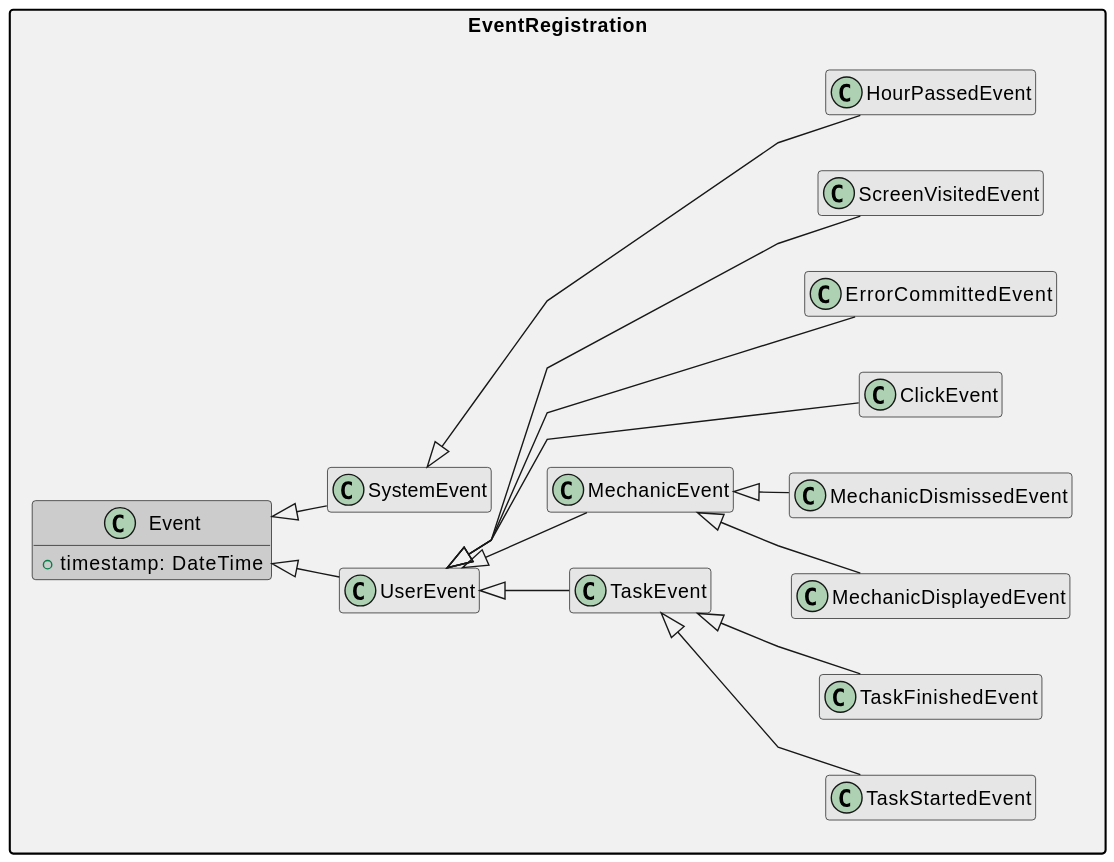
Above: out/UML/event_registration/event_registration.svg in Maks-stack/ontology (PlantUML), before the change.
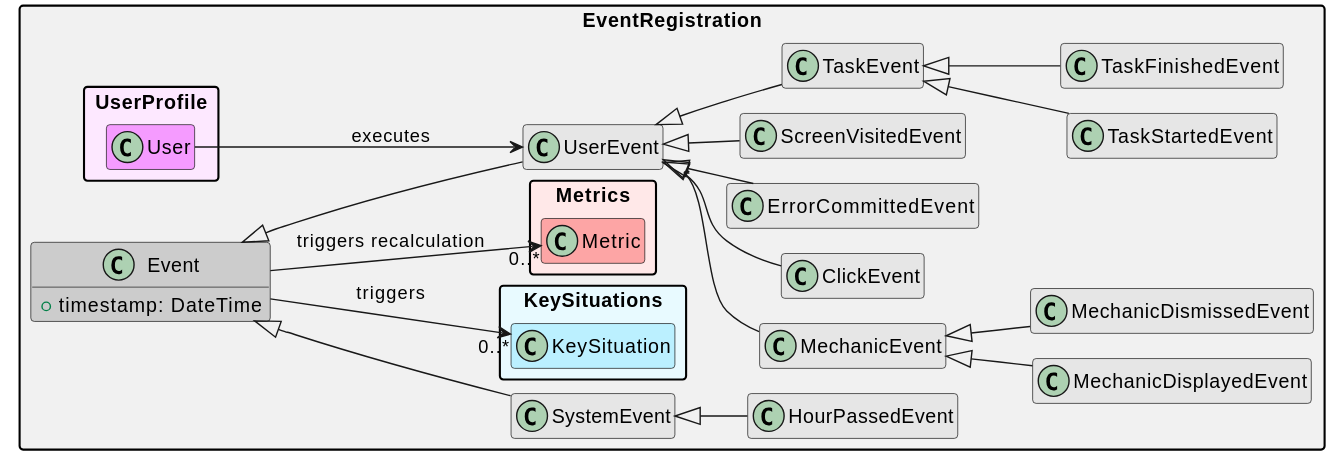
Later version of the same file.

Diff of the diagram source:
```diff
@@ -1,5 +1,6 @@
 @startuml
-skinparam linetype polyline
+!pragma layout smetana
+
 hide empty methods
 hide empty attributes
 hide empty members
@@ -39,5 +40,20 @@
     class MechanicDismissedEvent eventsLight extends MechanicEvent
   }
 
+  !if ($renderMode != "master")
+  package KeySituations #e8faffff {
+    class KeySituation #bbf0ffff
+  }
+  package Metrics #ffe8e8ff {
+    class Metric #fda5a5ff
+  }
+  package UserProfile #fde8ffff {
+    class User #f59bffff
+  }
+  Event --> "0..*" KeySituations.KeySituation : triggers
+  Event --> "0..*" Metrics.Metric : "triggers recalculation"
+  UserProfile.User --> EventRegistration.UserEvent : executes
+  !endif
+
 }
 @enduml
```
